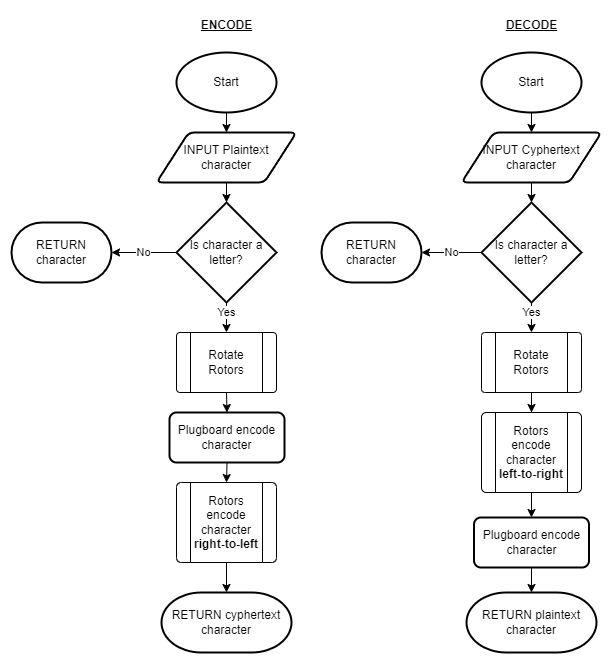
Earlier version of the draw.io export docs/images/EngimaPlus Encryption Flowchart.png (elliot-brooks/enigma-simulator). Source tidied: cells renumbered, new cells last; positions are measured from the earlier drawing's top-left corner, leaving out a move shared by most shapes.
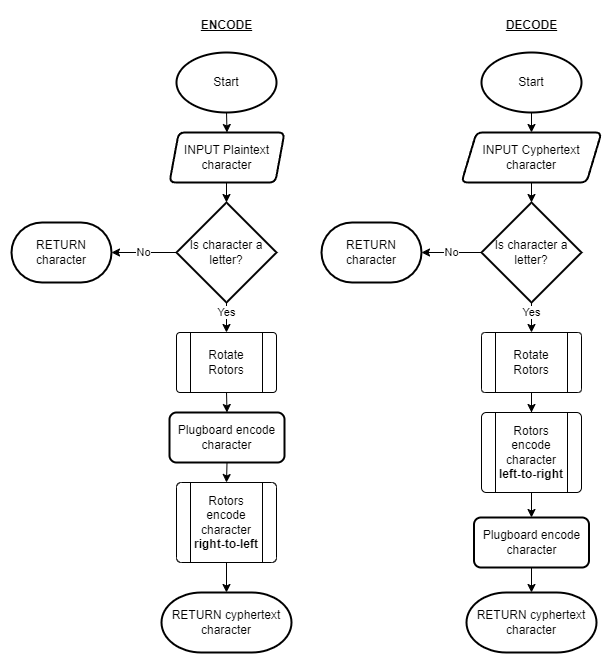
The same diagram one commit later.

Diff of the diagram source:
```diff
@@ -48,8 +48,8 @@
     <mxCell id="14" value="Rotors encode character &lt;b&gt;right-to-left&lt;/b&gt;" style="verticalLabelPosition=middle;verticalAlign=middle;html=1;shape=process;whiteSpace=wrap;rounded=1;size=0.14;arcSize=6;labelPosition=center;align=center;" parent="1" vertex="1">
       <mxGeometry x="165" y="472" width="100" height="80" as="geometry" />
     </mxCell>
-    <mxCell id="15" value="INPUT Plaintext character" style="shape=parallelogram;html=1;strokeWidth=2;perimeter=parallelogramPerimeter;whiteSpace=wrap;rounded=1;arcSize=12;size=0.23;" parent="1" vertex="1">
-      <mxGeometry x="145" y="122" width="140" height="50" as="geometry" />
+    <mxCell id="15" value="INPUT Plaintext character" style="shape=parallelogram;html=1;strokeWidth=2;perimeter=parallelogramPerimeter;whiteSpace=wrap;rounded=1;arcSize=12;size=0.08035714285714285;" parent="1" vertex="1">
+      <mxGeometry x="158" y="122" width="115" height="50" as="geometry" />
     </mxCell>
     <mxCell id="16" value="&lt;b&gt;&lt;u&gt;ENCODE&lt;/u&gt;&lt;/b&gt;" style="text;html=1;align=center;verticalAlign=middle;strokeColor=none;fillColor=none;" parent="1" vertex="1">
       <mxGeometry x="180" width="70" height="30" as="geometry" />
@@ -100,13 +100,13 @@
     <mxCell id="29" value="Rotors encode character &lt;b&gt;left-to-right&lt;/b&gt;" style="verticalLabelPosition=middle;verticalAlign=middle;html=1;shape=process;whiteSpace=wrap;rounded=1;size=0.14;arcSize=6;labelPosition=center;align=center;" parent="1" vertex="1">
       <mxGeometry x="470" y="402" width="100" height="80" as="geometry" />
     </mxCell>
-    <mxCell id="30" value="INPUT Cyphertext character" style="shape=parallelogram;html=1;strokeWidth=2;perimeter=parallelogramPerimeter;whiteSpace=wrap;rounded=1;arcSize=12;size=0.23;" parent="1" vertex="1">
+    <mxCell id="30" value="INPUT Cyphertext character" style="shape=parallelogram;html=1;strokeWidth=2;perimeter=parallelogramPerimeter;whiteSpace=wrap;rounded=1;arcSize=12;size=0.10714285714285714;" parent="1" vertex="1">
       <mxGeometry x="450" y="122" width="140" height="50" as="geometry" />
     </mxCell>
     <mxCell id="31" value="&lt;b&gt;&lt;u&gt;DECODE&lt;/u&gt;&lt;/b&gt;" style="text;html=1;align=center;verticalAlign=middle;strokeColor=none;fillColor=none;" parent="1" vertex="1">
       <mxGeometry x="485" width="70" height="30" as="geometry" />
     </mxCell>
-    <mxCell id="32" value="RETURN plaintext character" style="strokeWidth=2;html=1;shape=mxgraph.flowchart.terminator;whiteSpace=wrap;" parent="1" vertex="1">
+    <mxCell id="32" value="RETURN cyphertext character" style="strokeWidth=2;html=1;shape=mxgraph.flowchart.terminator;whiteSpace=wrap;" parent="1" vertex="1">
       <mxGeometry x="455" y="582" width="130" height="60" as="geometry" />
     </mxCell>
     <mxCell id="33" style="edgeStyle=orthogonalEdgeStyle;rounded=0;jettySize=auto;html=1;exitX=0.5;exitY=1;exitDx=0;exitDy=0;entryX=0.5;entryY=0;entryDx=0;entryDy=0;entryPerimeter=0;" parent="1" edge="1" source="21" target="32">
```
